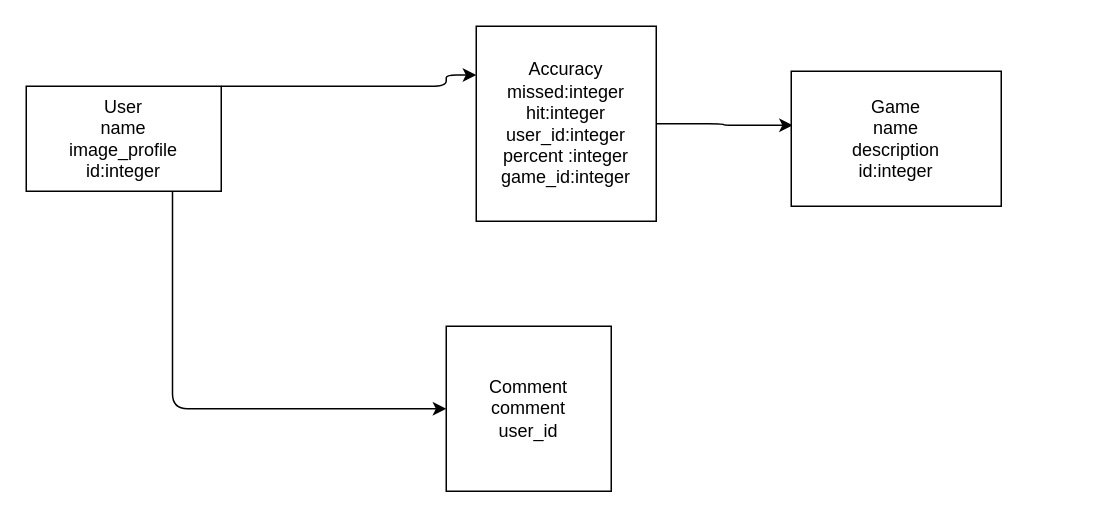
This is Models.dio from wthwang38/phase-5-capstone-aimassist, a draw.io file, before an edit. Source tidied: cells renumbered, new cells numbered last; positions are measured from the earlier drawing's top-left corner, leaving out a move shared by most shapes. Both pictures are drawn from the tidied source at 150%, with x=0, y=0 at pixel (26, 26).
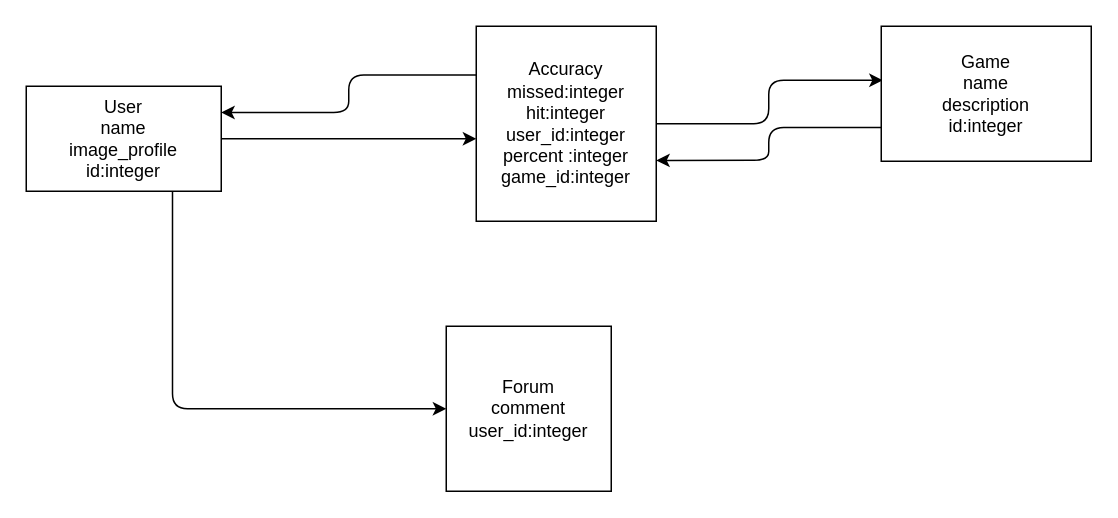
The same page after the edit.

The edit, as a diff of the source:
```diff
@@
 <mxGraphModel>
   <root>
     <mxCell id="0" />
     <mxCell id="1" parent="0" />
+    <mxCell id="3" style="edgeStyle=orthogonalEdgeStyle;html=1;exitX=0.75;exitY=1;exitDx=0;exitDy=0;entryX=0;entryY=0.5;entryDx=0;entryDy=0;" parent="1" edge="1" source="4" target="8">
+      <mxGeometry relative="1" as="geometry" />
+    </mxCell>
-    <mxCell id="2" style="edgeStyle=orthogonalEdgeStyle;html=1;exitX=1;exitY=0;exitDx=0;exitDy=0;entryX=0;entryY=0.25;entryDx=0;entryDy=0;" parent="1" edge="1" source="4" target="6">
-      <mxGeometry relative="1" as="geometry">
-        <Array as="points">
-          <mxPoint x="280" y="40" />
-        </Array>
-      </mxGeometry>
+    <mxCell id="2" style="edgeStyle=orthogonalEdgeStyle;html=1;exitX=1;exitY=0.5;exitDx=0;exitDy=0;entryX=0;entryY=0.577;entryDx=0;entryDy=0;entryPerimeter=0;" parent="1" edge="1" source="4" target="6">
+      <mxGeometry relative="1" as="geometry" />
     </mxCell>
-    <mxCell id="3" style="edgeStyle=orthogonalEdgeStyle;html=1;exitX=0.75;exitY=1;exitDx=0;exitDy=0;entryX=0;entryY=0.5;entryDx=0;entryDy=0;" parent="1" edge="1" source="4" target="8">
-      <mxGeometry relative="1" as="geometry" />
-    </mxCell>
     <mxCell id="4" value="User&lt;br&gt;name&lt;br&gt;image_profile&lt;br&gt;id:integer" style="rounded=0;whiteSpace=wrap;html=1;" parent="1" vertex="1">
       <mxGeometry y="40" width="130" height="70" as="geometry" />
     </mxCell>
     <mxCell id="5" style="edgeStyle=orthogonalEdgeStyle;html=1;entryX=0.007;entryY=0.4;entryDx=0;entryDy=0;entryPerimeter=0;" parent="1" edge="1" source="6" target="7">
       <mxGeometry relative="1" as="geometry" />
     </mxCell>
+    <mxCell id="9" style="edgeStyle=orthogonalEdgeStyle;html=1;exitX=0;exitY=0.25;exitDx=0;exitDy=0;entryX=1;entryY=0.25;entryDx=0;entryDy=0;" parent="1" edge="1" source="6" target="4">
+      <mxGeometry relative="1" as="geometry" />
+    </mxCell>
     <mxCell id="6" value="Accuracy&lt;br&gt;missed:integer&lt;br&gt;hit:integer&lt;br&gt;user_id:integer&lt;br&gt;percent :integer&lt;br&gt;game_id:integer" style="rounded=0;whiteSpace=wrap;html=1;" parent="1" vertex="1">
       <mxGeometry x="300" width="120" height="130" as="geometry" />
     </mxCell>
+    <mxCell id="10" style="edgeStyle=orthogonalEdgeStyle;html=1;exitX=0;exitY=0.75;exitDx=0;exitDy=0;entryX=1;entryY=0.688;entryDx=0;entryDy=0;entryPerimeter=0;" parent="1" edge="1" source="7" target="6">
+      <mxGeometry relative="1" as="geometry" />
+    </mxCell>
     <mxCell id="7" value="Game&lt;br&gt;name&lt;br&gt;description&lt;br&gt;id:integer" style="rounded=0;whiteSpace=wrap;html=1;" parent="1" vertex="1">
-      <mxGeometry x="510" y="30" width="140" height="90" as="geometry" />
+      <mxGeometry x="570" width="140" height="90" as="geometry" />
     </mxCell>
-    <mxCell id="8" value="Comment&lt;br&gt;comment&lt;br&gt;user_id&lt;br&gt;" style="whiteSpace=wrap;html=1;" parent="1" vertex="1">
+    <mxCell id="8" value="Forum&lt;br&gt;comment&lt;br&gt;user_id:integer" style="whiteSpace=wrap;html=1;" parent="1" vertex="1">
       <mxGeometry x="280" y="200" width="110" height="110" as="geometry" />
     </mxCell>
+    <mxCell id="11" style="edgeStyle=orthogonalEdgeStyle;html=1;exitX=1;exitY=0;exitDx=0;exitDy=0;entryX=1;entryY=0;entryDx=0;entryDy=0;" parent="1" edge="1" source="4" target="4">
+      <mxGeometry relative="1" as="geometry" />
+    </mxCell>
   </root>
 </mxGraphModel>
```
